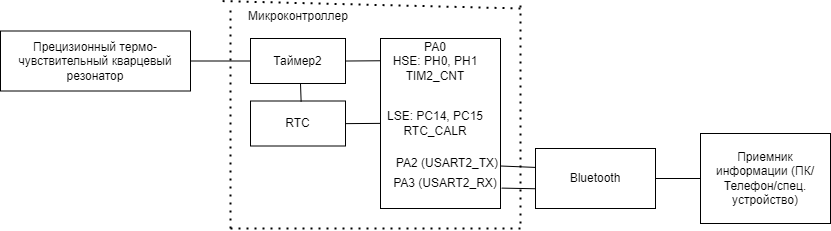
Luda-Seliv-KE-413/Kursovoy keeps this draw.io diagram as DOC/images/Structura.png. Above is the earlier version. Source tidied: cells renumbered, new cells last; positions are measured from the earlier drawing's top-left corner, leaving out a move shared by most shapes. Source of this version:
```xml
<mxGraphModel>
  <root>
    <mxCell id="0" />
    <mxCell id="1" parent="0" />
    <mxCell id="2" style="rounded=0;whiteSpace=wrap;html=1;" parent="1" vertex="1">
      <mxGeometry x="380" y="38" width="120" height="170" as="geometry" />
    </mxCell>
    <mxCell id="3" value="Bluetooth" style="rounded=0;whiteSpace=wrap;html=1;" parent="1" vertex="1">
      <mxGeometry x="535" y="148" width="120" height="60" as="geometry" />
    </mxCell>
    <mxCell id="4" value="Прецизионный термо-чувствительный кварцевый резонатор" style="rounded=0;whiteSpace=wrap;html=1;" parent="1" vertex="1">
      <mxGeometry y="30.5" width="190" height="60" as="geometry" />
    </mxCell>
    <mxCell id="5" value="Приемник информации (ПК/Телефон/спец. устройство)" style="rounded=0;whiteSpace=wrap;html=1;" parent="1" vertex="1">
      <mxGeometry x="700" y="133" width="130" height="90" as="geometry" />
    </mxCell>
    <mxCell id="6" style="endArrow=none;html=1;rounded=0;exitX=1;exitY=0.5;exitDx=0;exitDy=0;entryX=0;entryY=0.5;entryDx=0;entryDy=0;" parent="1" edge="1" source="3" target="5">
      <mxGeometry relative="1" as="geometry" />
    </mxCell>
    <mxCell id="7" style="endArrow=none;html=1;rounded=0;exitX=1;exitY=0.5;exitDx=0;exitDy=0;entryX=0;entryY=0.5;entryDx=0;entryDy=0;" parent="1" edge="1" source="4" target="17">
      <mxGeometry relative="1" as="geometry" />
    </mxCell>
    <mxCell id="8" value="Микроконтроллер" style="text;html=1;align=center;verticalAlign=middle;whiteSpace=wrap;rounded=0;" parent="1" vertex="1">
      <mxGeometry x="217.5" y="0.5" width="160" height="30" as="geometry" />
    </mxCell>
    <mxCell id="9" style="endArrow=none;dashed=1;html=1;dashPattern=1 3;strokeWidth=2;rounded=0;entryX=0;entryY=0;entryDx=0;entryDy=0;" parent="1" edge="1" target="8">
      <mxGeometry relative="1" as="geometry">
        <mxPoint x="520" y="8" as="sourcePoint" />
      </mxGeometry>
    </mxCell>
    <mxCell id="10" style="endArrow=none;dashed=1;html=1;dashPattern=1 3;strokeWidth=2;rounded=0;" parent="1" edge="1">
      <mxGeometry relative="1" as="geometry">
        <mxPoint x="230" y="228" as="sourcePoint" />
        <mxPoint x="230" y="8" as="targetPoint" />
        <Array as="points">
          <mxPoint x="230" y="178" />
        </Array>
      </mxGeometry>
    </mxCell>
    <mxCell id="11" style="endArrow=none;dashed=1;html=1;dashPattern=1 3;strokeWidth=2;rounded=0;" parent="1" edge="1">
      <mxGeometry relative="1" as="geometry">
        <mxPoint x="230" y="228" as="sourcePoint" />
        <mxPoint x="520" y="228" as="targetPoint" />
      </mxGeometry>
    </mxCell>
    <mxCell id="12" style="endArrow=none;dashed=1;html=1;dashPattern=1 3;strokeWidth=2;rounded=0;" parent="1" edge="1">
      <mxGeometry relative="1" as="geometry">
        <mxPoint x="520" y="223" as="sourcePoint" />
        <mxPoint x="520" y="3" as="targetPoint" />
      </mxGeometry>
    </mxCell>
    <mxCell id="13" style="endArrow=none;html=1;rounded=0;exitX=1.01;exitY=0.88;exitDx=0;exitDy=0;exitPerimeter=0;entryX=0.003;entryY=0.671;entryDx=0;entryDy=0;entryPerimeter=0;" parent="1" edge="1" source="2" target="3">
      <mxGeometry relative="1" as="geometry" />
    </mxCell>
    <mxCell id="14" style="endArrow=none;html=1;rounded=0;exitX=1;exitY=0.75;exitDx=0;exitDy=0;entryX=-0.003;entryY=0.315;entryDx=0;entryDy=0;entryPerimeter=0;" parent="1" edge="1" source="2" target="3">
      <mxGeometry relative="1" as="geometry" />
    </mxCell>
    <mxCell id="15" value="PA2 (USART2_TX)" style="text;html=1;align=center;verticalAlign=middle;whiteSpace=wrap;rounded=0;" parent="1" vertex="1">
      <mxGeometry x="394" y="148" width="106" height="30" as="geometry" />
    </mxCell>
    <mxCell id="16" value="PA3 (USART2_RX)" style="text;html=1;align=center;verticalAlign=middle;whiteSpace=wrap;rounded=0;" parent="1" vertex="1">
      <mxGeometry x="390" y="168" width="110" height="30" as="geometry" />
    </mxCell>
    <mxCell id="17" value="Таймер2" style="rounded=0;whiteSpace=wrap;html=1;" parent="1" vertex="1">
      <mxGeometry x="250" y="38" width="95" height="45" as="geometry" />
    </mxCell>
    <mxCell id="18" style="endArrow=none;html=1;rounded=0;exitX=1;exitY=0.75;exitDx=0;exitDy=0;entryX=-0.001;entryY=0.197;entryDx=0;entryDy=0;entryPerimeter=0;" parent="1" edge="1">
      <mxGeometry relative="1" as="geometry">
        <mxPoint x="345" y="60.5" as="sourcePoint" />
        <mxPoint x="379.9" y="60.3" as="targetPoint" />
      </mxGeometry>
    </mxCell>
    <mxCell id="19" value="PA0&lt;br&gt;HSE: PH0, PH1&lt;br&gt;TIM2_CNT" style="text;html=1;align=center;verticalAlign=middle;whiteSpace=wrap;rounded=0;" parent="1" vertex="1">
      <mxGeometry x="390" y="45.5" width="90" height="30" as="geometry" />
    </mxCell>
    <mxCell id="20" value="RTC" style="rounded=0;whiteSpace=wrap;html=1;" parent="1" vertex="1">
      <mxGeometry x="250" y="100.5" width="95" height="45" as="geometry" />
    </mxCell>
    <mxCell id="21" style="endArrow=none;html=1;rounded=0;exitX=0.533;exitY=0.017;exitDx=0;exitDy=0;exitPerimeter=0;" parent="1" edge="1" source="20">
      <mxGeometry relative="1" as="geometry">
        <mxPoint x="300" y="83" as="targetPoint" />
      </mxGeometry>
    </mxCell>
    <mxCell id="22" value="LSE: PC14, PC15&lt;br&gt;RTC_CALR" style="text;html=1;align=center;verticalAlign=middle;whiteSpace=wrap;rounded=0;" parent="1" vertex="1">
      <mxGeometry x="385" y="108" width="100" height="30" as="geometry" />
    </mxCell>
    <mxCell id="23" style="endArrow=none;html=1;rounded=0;exitX=1;exitY=0.75;exitDx=0;exitDy=0;entryX=-0.001;entryY=0.197;entryDx=0;entryDy=0;entryPerimeter=0;" parent="1" edge="1">
      <mxGeometry relative="1" as="geometry">
        <mxPoint x="345.1" y="123.1" as="sourcePoint" />
        <mxPoint x="380" y="122.9" as="targetPoint" />
      </mxGeometry>
    </mxCell>
  </root>
</mxGraphModel>
```
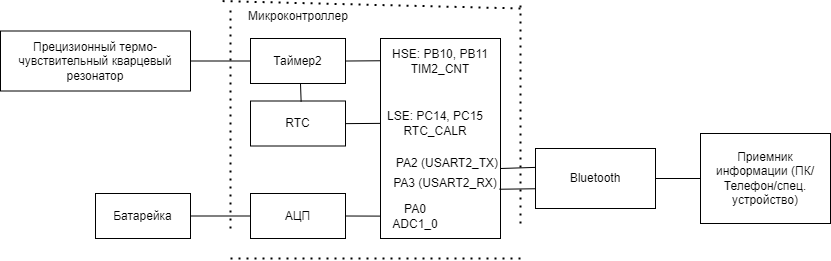
The same file after the commit.

Commit message:
обновление окружения

The edit, as a diff of the source:
```diff
@@ -3,7 +3,7 @@
     <mxCell id="0" />
     <mxCell id="1" parent="0" />
     <mxCell id="2" style="rounded=0;whiteSpace=wrap;html=1;" parent="1" vertex="1">
-      <mxGeometry x="380" y="38" width="120" height="170" as="geometry" />
+      <mxGeometry x="380" y="38" width="120" height="200" as="geometry" />
     </mxCell>
     <mxCell id="3" value="Bluetooth" style="rounded=0;whiteSpace=wrap;html=1;" parent="1" vertex="1">
       <mxGeometry x="535" y="148" width="120" height="60" as="geometry" />
@@ -39,8 +39,8 @@
     </mxCell>
     <mxCell id="11" style="endArrow=none;dashed=1;html=1;dashPattern=1 3;strokeWidth=2;rounded=0;" parent="1" edge="1">
       <mxGeometry relative="1" as="geometry">
-        <mxPoint x="230" y="228" as="sourcePoint" />
-        <mxPoint x="520" y="228" as="targetPoint" />
+        <mxPoint x="230" y="258" as="sourcePoint" />
+        <mxPoint x="520" y="258" as="targetPoint" />
       </mxGeometry>
     </mxCell>
     <mxCell id="12" style="endArrow=none;dashed=1;html=1;dashPattern=1 3;strokeWidth=2;rounded=0;" parent="1" edge="1">
@@ -49,10 +49,10 @@
         <mxPoint x="520" y="3" as="targetPoint" />
       </mxGeometry>
     </mxCell>
-    <mxCell id="13" style="endArrow=none;html=1;rounded=0;exitX=1.01;exitY=0.88;exitDx=0;exitDy=0;exitPerimeter=0;entryX=0.003;entryY=0.671;entryDx=0;entryDy=0;entryPerimeter=0;" parent="1" edge="1" source="2" target="3">
+    <mxCell id="13" style="endArrow=none;html=1;rounded=0;exitX=0.99;exitY=0.691;exitDx=0;exitDy=0;entryX=0.003;entryY=0.671;entryDx=0;entryDy=0;entryPerimeter=0;exitPerimeter=0;" parent="1" edge="1" source="16" target="3">
       <mxGeometry relative="1" as="geometry" />
     </mxCell>
-    <mxCell id="14" style="endArrow=none;html=1;rounded=0;exitX=1;exitY=0.75;exitDx=0;exitDy=0;entryX=-0.003;entryY=0.315;entryDx=0;entryDy=0;entryPerimeter=0;" parent="1" edge="1" source="2" target="3">
+    <mxCell id="14" style="endArrow=none;html=1;rounded=0;exitX=1;exitY=0;exitDx=0;exitDy=0;entryX=-0.003;entryY=0.315;entryDx=0;entryDy=0;entryPerimeter=0;" parent="1" edge="1" source="16" target="3">
       <mxGeometry relative="1" as="geometry" />
     </mxCell>
     <mxCell id="15" value="PA2 (USART2_TX)" style="text;html=1;align=center;verticalAlign=middle;whiteSpace=wrap;rounded=0;" parent="1" vertex="1">
@@ -70,8 +70,8 @@
         <mxPoint x="379.9" y="60.3" as="targetPoint" />
       </mxGeometry>
     </mxCell>
-    <mxCell id="19" value="PA0&lt;br&gt;HSE: PH0, PH1&lt;br&gt;TIM2_CNT" style="text;html=1;align=center;verticalAlign=middle;whiteSpace=wrap;rounded=0;" parent="1" vertex="1">
-      <mxGeometry x="390" y="45.5" width="90" height="30" as="geometry" />
+    <mxCell id="19" value="HSE: PB10, PB11&lt;br&gt;TIM2_CNT" style="text;html=1;align=center;verticalAlign=middle;whiteSpace=wrap;rounded=0;" parent="1" vertex="1">
+      <mxGeometry x="390" y="45.5" width="100" height="30" as="geometry" />
     </mxCell>
     <mxCell id="20" value="RTC" style="rounded=0;whiteSpace=wrap;html=1;" parent="1" vertex="1">
       <mxGeometry x="250" y="100.5" width="95" height="45" as="geometry" />
@@ -90,5 +90,20 @@
         <mxPoint x="380" y="122.9" as="targetPoint" />
       </mxGeometry>
     </mxCell>
+    <mxCell id="24" value="АЦП" style="rounded=0;whiteSpace=wrap;html=1;" parent="1" vertex="1">
+      <mxGeometry x="250" y="193" width="95" height="45" as="geometry" />
+    </mxCell>
+    <mxCell id="25" value="Батарейка" style="rounded=0;whiteSpace=wrap;html=1;" parent="1" vertex="1">
+      <mxGeometry x="95" y="193" width="95" height="45" as="geometry" />
+    </mxCell>
+    <mxCell id="26" style="endArrow=none;html=1;rounded=0;exitX=1;exitY=0.5;exitDx=0;exitDy=0;entryX=0;entryY=0.5;entryDx=0;entryDy=0;" parent="1" edge="1" source="25" target="24">
+      <mxGeometry relative="1" as="geometry" />
+    </mxCell>
+    <mxCell id="27" style="endArrow=none;html=1;rounded=0;exitX=1;exitY=0.5;exitDx=0;exitDy=0;entryX=-0.004;entryY=0.888;entryDx=0;entryDy=0;entryPerimeter=0;" parent="1" edge="1" source="24" target="2">
+      <mxGeometry relative="1" as="geometry" />
+    </mxCell>
+    <mxCell id="28" value="PA0&lt;br&gt;ADC1_0" style="text;html=1;align=center;verticalAlign=middle;whiteSpace=wrap;rounded=0;" parent="1" vertex="1">
+      <mxGeometry x="385" y="200.5" width="60" height="30" as="geometry" />
+    </mxCell>
   </root>
 </mxGraphModel>
```
